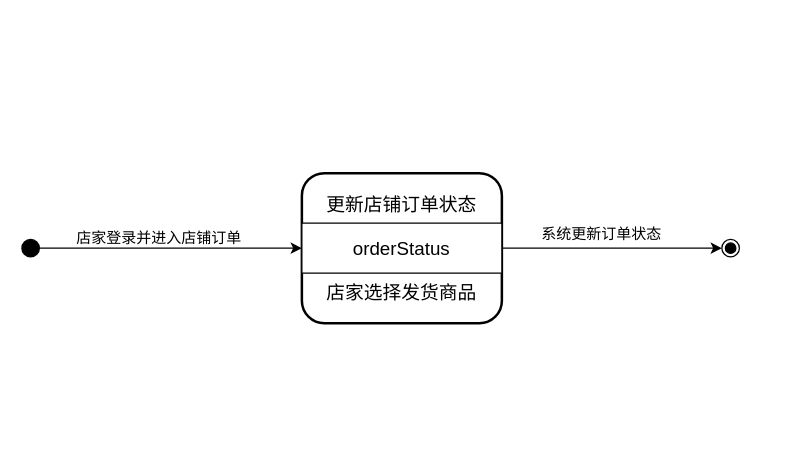
Before: page "行为建模" (2 of 2) of 文档/需求分析规约文档/三种建模/12处理订单用例建模.drawio in w1ntercube/TJ-SE-Design, a draw.io diagram. Source tidied: cells renumbered, new cells numbered last; positions are measured from the earlier drawing's top-left corner, leaving out a move shared by most shapes. Both pictures are drawn from the tidied source at 125%, with x=0, y=0 at pixel (21, 172).
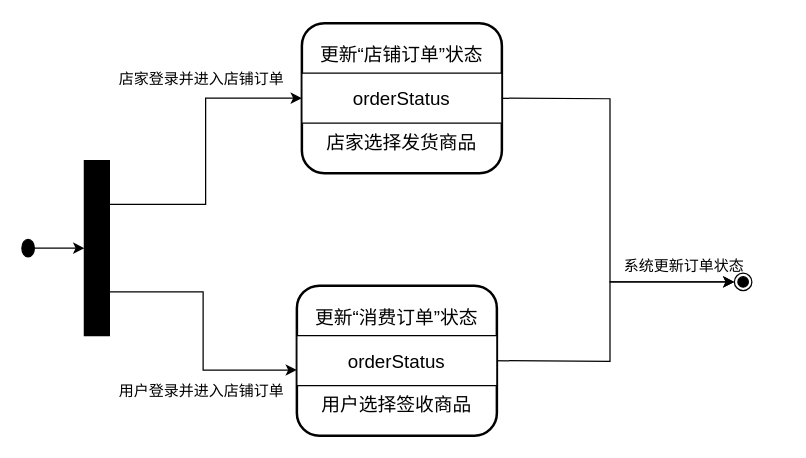
After the change.

Diff of the diagram source:
```diff
@@
-    <mxCell id="2" style="edgeStyle=orthogonalEdgeStyle;rounded=0;jettySize=auto;html=1;entryX=0;entryY=0.5;entryDx=0;entryDy=0;" parent="1" edge="1" source="3" target="9">
-      <mxGeometry relative="1" as="geometry" />
-    </mxCell>
+    <mxCell id="14" style="edgeStyle=orthogonalEdgeStyle;rounded=0;jettySize=auto;html=1;exitX=1;exitY=0.5;exitDx=0;exitDy=0;entryX=0.5;entryY=1;entryDx=0;entryDy=0;" parent="1" edge="1" source="3" target="19">
+      <mxGeometry relative="1" as="geometry" />
+    </mxCell>
     <mxCell id="3" style="ellipse;fillColor=strokeColor;" parent="1" vertex="1">
-      <mxGeometry y="53" width="14" height="14" as="geometry" />
+      <mxGeometry y="53" width="10" height="14" as="geometry" />
     </mxCell>
     <mxCell id="4" style="ellipse;shape=endState;fillColor=strokeColor;" parent="1" vertex="1">
-      <mxGeometry x="560" y="53" width="14" height="14" as="geometry" />
+      <mxGeometry x="570" y="80" width="14" height="14" as="geometry" />
     </mxCell>
-    <mxCell id="5" style="group;strokeWidth=11;" parent="1" vertex="1">
-      <mxGeometry x="224" width="160" height="120" as="geometry" />
-    </mxCell>
-    <mxCell id="6" style="rounded=1;whiteSpace=wrap;html=1;strokeWidth=2;" parent="5" vertex="1">
-      <mxGeometry width="160" height="120" as="geometry" />
-    </mxCell>
-    <mxCell id="7" style="verticalLabelPosition=bottom;verticalAlign=top;html=1;shape=mxgraph.basic.rect;fillColor2=none;strokeWidth=1;size=20;indent=5;" parent="5" vertex="1">
-      <mxGeometry y="40" width="160" height="40" as="geometry" />
-    </mxCell>
-    <mxCell id="8" value="&lt;span style=&quot;font-size: 15px;&quot;&gt;更新店铺订单状态&lt;/span&gt;" style="text;html=1;align=center;verticalAlign=middle;whiteSpace=wrap;rounded=0;" parent="5" vertex="1">
-      <mxGeometry y="10" width="160" height="30" as="geometry" />
-    </mxCell>
-    <mxCell id="9" value="&lt;span style=&quot;font-size: 15px;&quot;&gt;orderStatus&lt;/span&gt;" style="text;html=1;align=center;verticalAlign=middle;whiteSpace=wrap;rounded=0;" parent="5" vertex="1">
-      <mxGeometry y="45" width="160" height="30" as="geometry" />
-    </mxCell>
-    <mxCell id="10" value="&lt;span style=&quot;font-size: 15px;&quot;&gt;店家选择发货商品&lt;/span&gt;" style="text;html=1;align=center;verticalAlign=middle;whiteSpace=wrap;rounded=0;" parent="5" vertex="1">
-      <mxGeometry y="80" width="160" height="30" as="geometry" />
-    </mxCell>
-    <mxCell id="11" style="edgeStyle=orthogonalEdgeStyle;rounded=0;jettySize=auto;html=1;entryX=0;entryY=0.5;entryDx=0;entryDy=0;" parent="1" edge="1" source="9" target="4">
-      <mxGeometry relative="1" as="geometry" />
+    <mxCell id="11" style="edgeStyle=orthogonalEdgeStyle;rounded=0;jettySize=auto;html=1;entryX=0;entryY=0.5;entryDx=0;entryDy=0;" parent="1" edge="1" target="4">
+      <mxGeometry relative="1" as="geometry">
+        <mxPoint x="370" y="-60" as="sourcePoint" />
+      </mxGeometry>
     </mxCell>
-    <mxCell id="12" value="店家登录并进入店铺订单" style="text;html=1;align=center;verticalAlign=middle;whiteSpace=wrap;rounded=0;" parent="1" vertex="1">
-      <mxGeometry x="30" y="37" width="160" height="30" as="geometry" />
+    <mxCell id="12" value="用户登录并进入店铺订单" style="text;html=1;align=center;verticalAlign=middle;whiteSpace=wrap;rounded=0;" parent="1" vertex="1">
+      <mxGeometry x="64" y="160" width="160" height="30" as="geometry" />
     </mxCell>
     <mxCell id="13" value="系统更新订单状态" style="text;html=1;align=center;verticalAlign=middle;whiteSpace=wrap;rounded=0;" parent="1" vertex="1">
-      <mxGeometry x="384" y="34" width="160" height="30" as="geometry" />
+      <mxGeometry x="450" y="60" width="160" height="30" as="geometry" />
     </mxCell>
+    <mxCell id="15" style="edgeStyle=orthogonalEdgeStyle;rounded=0;jettySize=auto;html=1;entryX=0;entryY=0.5;entryDx=0;entryDy=0;" parent="1" edge="1" target="4">
+      <mxGeometry relative="1" as="geometry">
+        <mxPoint x="370" y="150" as="sourcePoint" />
+      </mxGeometry>
+    </mxCell>
+    <mxCell id="16" value="店家登录并进入店铺订单" style="text;html=1;align=center;verticalAlign=middle;whiteSpace=wrap;rounded=0;" parent="1" vertex="1">
+      <mxGeometry x="64" y="-90" width="160" height="30" as="geometry" />
+    </mxCell>
+    <mxCell id="17" style="edgeStyle=orthogonalEdgeStyle;rounded=0;jettySize=auto;html=1;exitX=0.25;exitY=0;exitDx=0;exitDy=0;entryX=0;entryY=0.5;entryDx=0;entryDy=0;" parent="1" edge="1" source="19" target="24">
+      <mxGeometry relative="1" as="geometry" />
+    </mxCell>
+    <mxCell id="18" style="edgeStyle=orthogonalEdgeStyle;rounded=0;jettySize=auto;html=1;exitX=0.75;exitY=0;exitDx=0;exitDy=0;entryX=0;entryY=0.75;entryDx=0;entryDy=0;" parent="1" edge="1" source="19" target="29">
+      <mxGeometry relative="1" as="geometry" />
+    </mxCell>
+    <mxCell id="19" style="rounded=0;whiteSpace=wrap;html=1;fillColor=#000000;rotation=90;" parent="1" vertex="1">
+      <mxGeometry x="-10" y="50" width="140" height="20" as="geometry" />
+    </mxCell>
+    <mxCell id="20" style="group;strokeWidth=11;" parent="1" vertex="1">
+      <mxGeometry x="224" y="-120" width="160" height="120" as="geometry" />
+    </mxCell>
+    <mxCell id="21" style="rounded=1;whiteSpace=wrap;html=1;strokeWidth=2;" parent="20" vertex="1">
+      <mxGeometry width="160" height="120" as="geometry" />
+    </mxCell>
+    <mxCell id="22" style="verticalLabelPosition=bottom;verticalAlign=top;html=1;shape=mxgraph.basic.rect;fillColor2=none;strokeWidth=1;size=20;indent=5;" parent="20" vertex="1">
+      <mxGeometry y="40" width="160" height="40" as="geometry" />
+    </mxCell>
+    <mxCell id="23" value="&lt;span style=&quot;font-size: 15px;&quot;&gt;更新“店铺订单”状态&lt;/span&gt;" style="text;html=1;align=center;verticalAlign=middle;whiteSpace=wrap;rounded=0;" parent="20" vertex="1">
+      <mxGeometry y="10" width="160" height="30" as="geometry" />
+    </mxCell>
+    <mxCell id="24" value="&lt;span style=&quot;font-size: 15px;&quot;&gt;orderStatus&lt;/span&gt;" style="text;html=1;align=center;verticalAlign=middle;whiteSpace=wrap;rounded=0;" parent="20" vertex="1">
+      <mxGeometry y="45" width="160" height="30" as="geometry" />
+    </mxCell>
+    <mxCell id="10" value="&lt;span style=&quot;font-size: 15px;&quot;&gt;店家选择发货商品&lt;/span&gt;" style="text;html=1;align=center;verticalAlign=middle;whiteSpace=wrap;rounded=0;" parent="20" vertex="1">
+      <mxGeometry y="80" width="160" height="30" as="geometry" />
+    </mxCell>
+    <mxCell id="25" style="group;strokeWidth=11;" parent="1" vertex="1">
+      <mxGeometry x="220" y="90" width="160" height="120" as="geometry" />
+    </mxCell>
+    <mxCell id="26" style="rounded=1;whiteSpace=wrap;html=1;strokeWidth=2;" parent="25" vertex="1">
+      <mxGeometry width="160" height="120" as="geometry" />
+    </mxCell>
+    <mxCell id="27" style="verticalLabelPosition=bottom;verticalAlign=top;html=1;shape=mxgraph.basic.rect;fillColor2=none;strokeWidth=1;size=20;indent=5;" parent="25" vertex="1">
+      <mxGeometry y="40" width="160" height="40" as="geometry" />
+    </mxCell>
+    <mxCell id="28" value="&lt;span style=&quot;font-size: 15px;&quot;&gt;更新“消费订单”状态&lt;/span&gt;" style="text;html=1;align=center;verticalAlign=middle;whiteSpace=wrap;rounded=0;" parent="25" vertex="1">
+      <mxGeometry y="10" width="160" height="30" as="geometry" />
+    </mxCell>
+    <mxCell id="29" value="&lt;span style=&quot;font-size: 15px;&quot;&gt;orderStatus&lt;/span&gt;" style="text;html=1;align=center;verticalAlign=middle;whiteSpace=wrap;rounded=0;" parent="25" vertex="1">
+      <mxGeometry y="45" width="160" height="30" as="geometry" />
+    </mxCell>
+    <mxCell id="30" value="&lt;span style=&quot;font-size: 15px;&quot;&gt;用户选择签收商品&lt;/span&gt;" style="text;html=1;align=center;verticalAlign=middle;whiteSpace=wrap;rounded=0;" parent="25" vertex="1">
+      <mxGeometry y="80" width="160" height="30" as="geometry" />
+    </mxCell>
```
